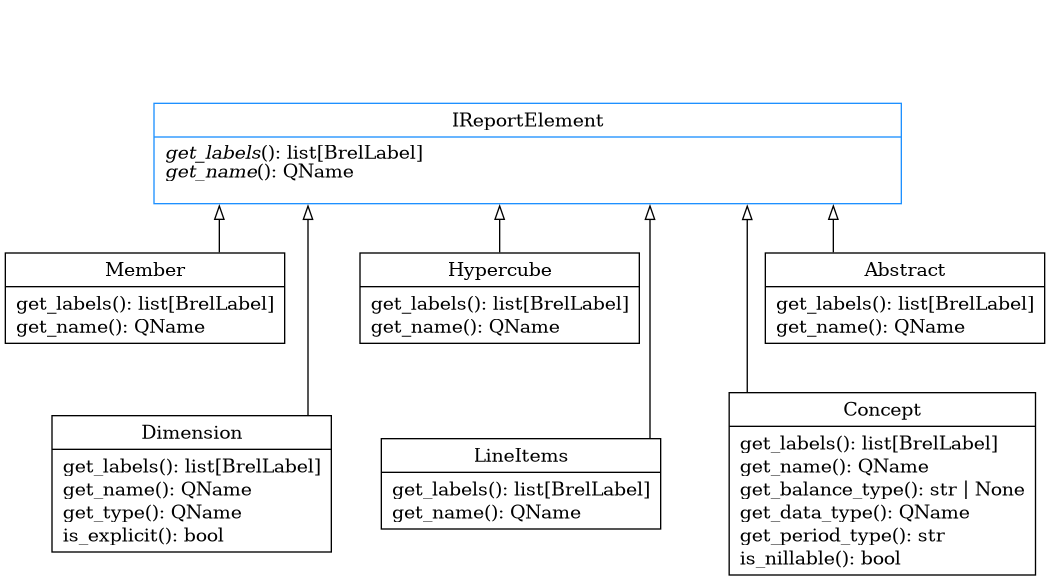
Above: docs/thesis_latex/images/brel_report_elements_classes.png in BrelLibrary/brel (Graphviz), before the change. Its source is kept beside it as docs/thesis_latex/images/brel_report_elements_classes.dot.
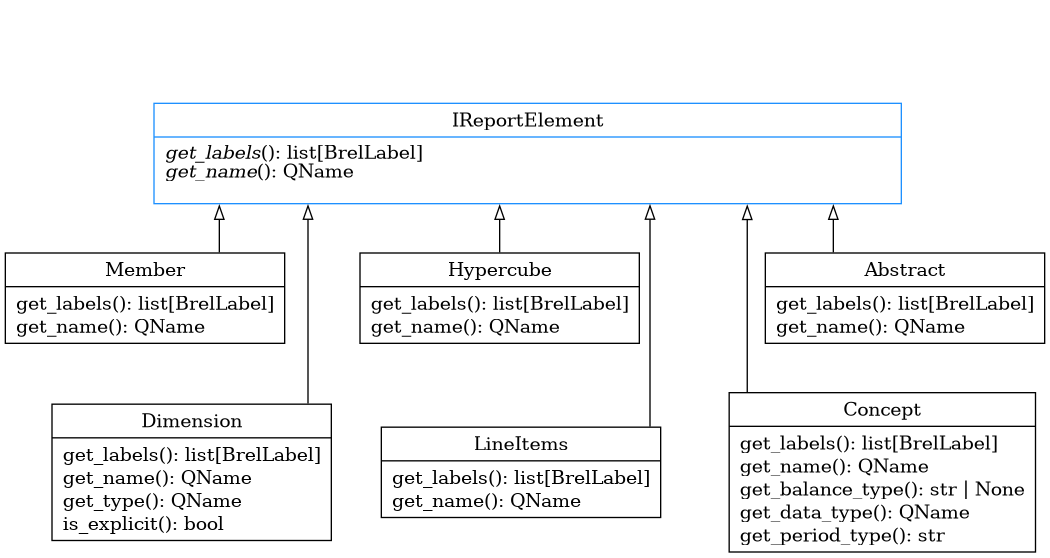
After the change.

The edit, as a diff of the source:
```diff
@@ -18,7 +18,6 @@
 get_balance_type(): str \| None<br ALIGN="LEFT"/>
 get_data_type(): QName<br ALIGN="LEFT"/>
 get_period_type(): str<br ALIGN="LEFT"/>
-is_nillable(): bool<br ALIGN="LEFT"/>
 }>, shape="record", style="solid"];
 
 "brel.reportelements.dimension.Dimension" [color="black", fontcolor="black", label=<{
```
